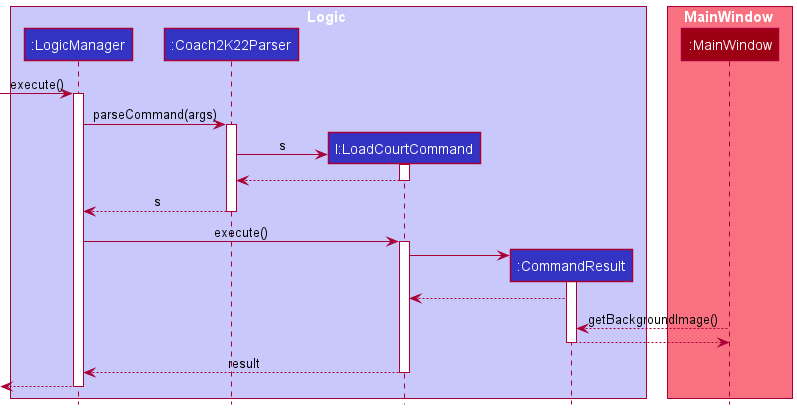
This is docs/images/LoadCourtSequenceDiagram.png from simjunheng/tp, a PlantUML export, as it was before one commit. The source it was exported from:
```plantuml
@startuml
!include style.puml

box Logic LOGIC_COLOR_T1
participant ":LogicManager" as LogicManager LOGIC_COLOR
participant ":Coach2K22Parser" as Coach2K22Parser LOGIC_COLOR
participant "l:LoadCourtCommand" as LoadCourtCommand LOGIC_COLOR
participant ":CommandResult" as CommandResult LOGIC_COLOR
end box

box MainWindow MODEL_COLOR_T1
participant ":MainWindow" as MainWindow MODEL_COLOR
end box

[-> LogicManager : execute()
activate LogicManager

LogicManager -> Coach2K22Parser : parseCommand(args)
activate Coach2K22Parser

create LoadCourtCommand
Coach2K22Parser -> LoadCourtCommand : s
activate LoadCourtCommand

LoadCourtCommand --> Coach2K22Parser
deactivate LoadCourtCommand

Coach2K22Parser --> LogicManager : s
deactivate Coach2K22Parser

LogicManager -> LoadCourtCommand : execute()
activate LoadCourtCommand

create CommandResult
LoadCourtCommand -> CommandResult
activate CommandResult

CommandResult --> LoadCourtCommand

MainWindow --> CommandResult : getBackgroundImage()
CommandResult --> MainWindow
deactivate CommandResult

LoadCourtCommand --> LogicManager : result
deactivate LoadCourtCommand

[<--LogicManager
deactivate LogicManager
@enduml
```
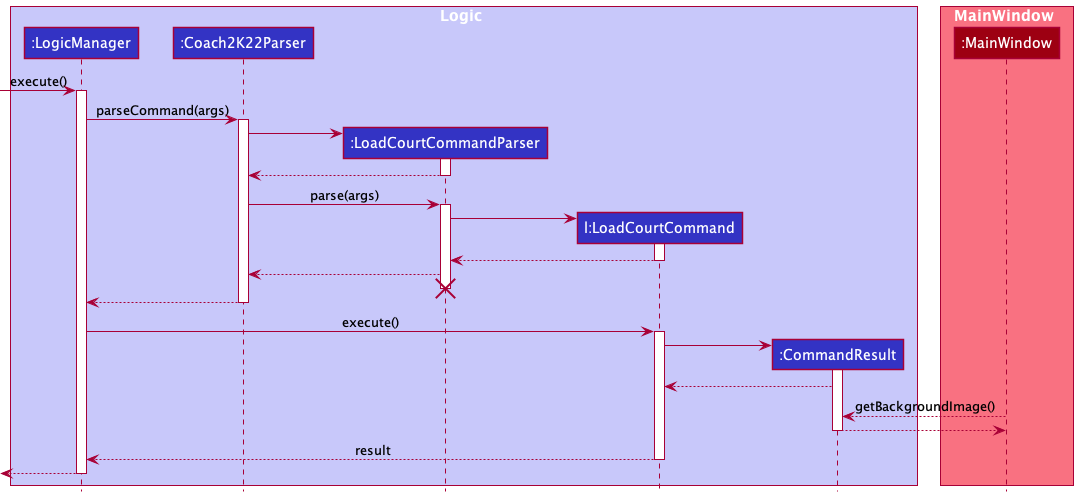
Later version of the same file.

Change to the diagram source:
```diff
@@ -4,6 +4,7 @@
 box Logic LOGIC_COLOR_T1
 participant ":LogicManager" as LogicManager LOGIC_COLOR
 participant ":Coach2K22Parser" as Coach2K22Parser LOGIC_COLOR
+participant ":LoadCourtCommandParser" as LoadCourtCommandParser LOGIC_COLOR
 participant "l:LoadCourtCommand" as LoadCourtCommand LOGIC_COLOR
 participant ":CommandResult" as CommandResult LOGIC_COLOR
 end box
@@ -18,14 +19,29 @@
 LogicManager -> Coach2K22Parser : parseCommand(args)
 activate Coach2K22Parser
 
+create LoadCourtCommandParser
+Coach2K22Parser -> LoadCourtCommandParser
+activate LoadCourtCommandParser
+
+LoadCourtCommandParser --> Coach2K22Parser
+deactivate LoadCourtCommandParser
+
+Coach2K22Parser -> LoadCourtCommandParser : parse(args)
+activate LoadCourtCommandParser
+
 create LoadCourtCommand
-Coach2K22Parser -> LoadCourtCommand : s
+LoadCourtCommandParser -> LoadCourtCommand
 activate LoadCourtCommand
 
-LoadCourtCommand --> Coach2K22Parser
+LoadCourtCommand --> LoadCourtCommandParser
 deactivate LoadCourtCommand
 
-Coach2K22Parser --> LogicManager : s
+LoadCourtCommandParser --> Coach2K22Parser
+
+LoadCourtCommandParser -[hidden]-> Coach2K22Parser
+destroy LoadCourtCommandParser
+
+Coach2K22Parser --> LogicManager
 deactivate Coach2K22Parser
 
 LogicManager -> LoadCourtCommand : execute()
```
